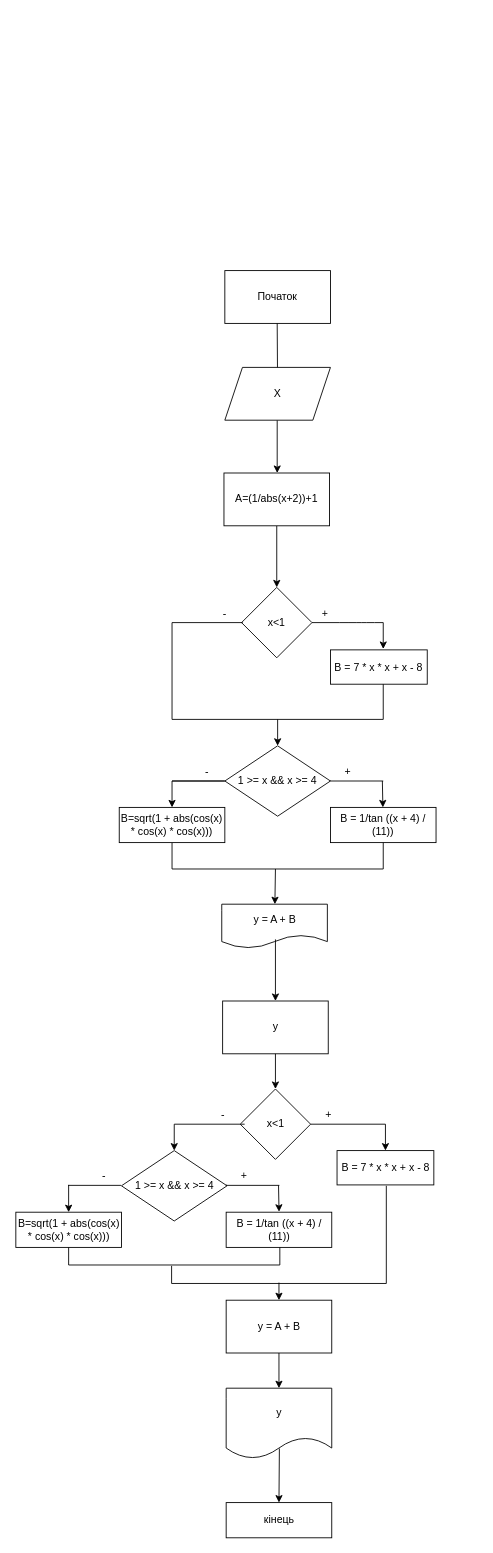
ZhurakovskyiArtem/lab_03 keeps this draw.io diagram as Untitled Diagram.drawio. Above is the earlier version. Source tidied: cells renumbered, new cells numbered last; positions are measured from the earlier drawing's top-left corner, leaving out a move shared by most shapes. Both pictures are drawn from the tidied source at 88%, with x=0, y=0 at pixel (15, 270).
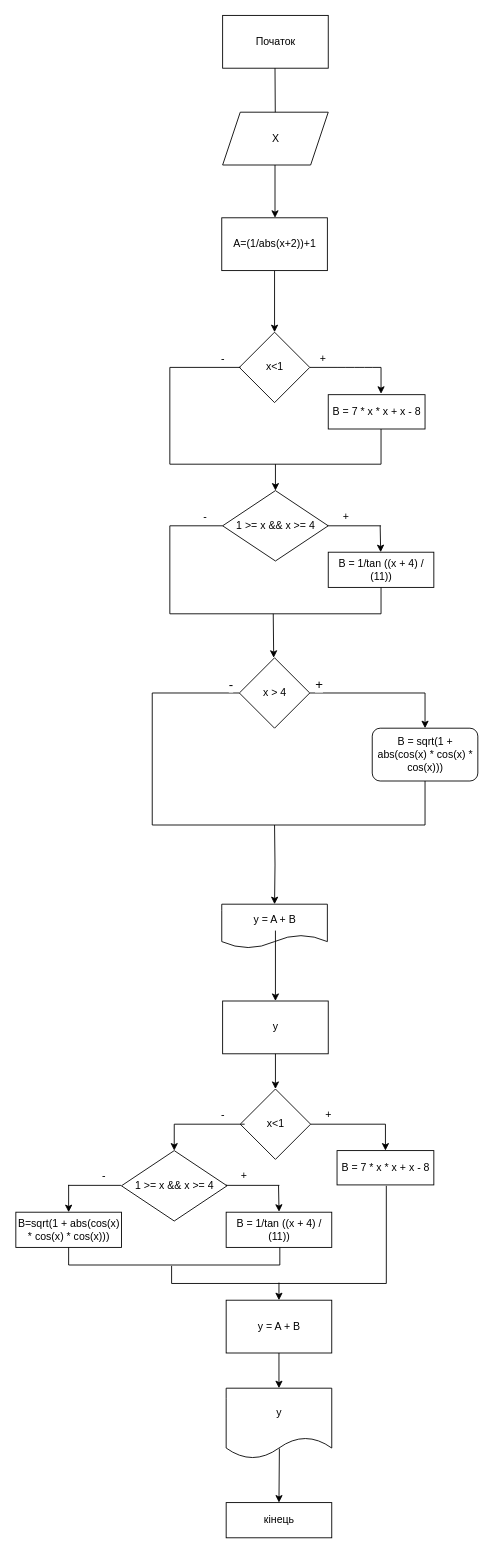
Above is the later version.

Unchanged cells that the change refers to:
```xml
<mxCell id="35" value="y = A + B" style="shape=document;whiteSpace=wrap;html=1;boundedLbl=1;" parent="1" vertex="1">
  <mxGeometry x="234.5" y="720" width="120" height="50" as="geometry" />
</mxCell>
<mxCell id="55" value="y" style="whiteSpace=wrap;html=1;" parent="1" vertex="1">
  <mxGeometry x="235.5" y="830" width="120" height="60" as="geometry" />
</mxCell>
```

The edit, as a diff of the source:
```diff
@@
     <mxCell id="2" value="Початок" style="whiteSpace=wrap;html=1;" parent="1" vertex="1">
-      <mxGeometry x="238" width="120" height="60" as="geometry" />
+      <mxGeometry x="235.5" y="-290" width="120" height="60" as="geometry" />
     </mxCell>
     <mxCell id="3" style="endArrow=classic;html=1;startArrow=none;" parent="1" edge="1" source="7">
       <mxGeometry relative="1" as="geometry">
-        <mxPoint x="298" y="110" as="targetPoint" />
+        <mxPoint x="295.5" y="-180" as="targetPoint" />
       </mxGeometry>
     </mxCell>
@@
     <mxCell id="5" value="A=(1/abs(x+2))+1" style="whiteSpace=wrap;html=1;" parent="1" vertex="1">
-      <mxGeometry x="237" y="230" width="120" height="60" as="geometry" />
+      <mxGeometry x="234.5" y="-60" width="120" height="60" as="geometry" />
     </mxCell>
     <mxCell id="6" style="endArrow=classic;html=1;" parent="1" edge="1">
       <mxGeometry relative="1" as="geometry">
-        <mxPoint x="297.5" y="170" as="sourcePoint" />
-        <mxPoint x="297.5" y="230" as="targetPoint" />
+        <mxPoint x="295" y="-120" as="sourcePoint" />
+        <mxPoint x="295" y="-60" as="targetPoint" />
         <Array as="points">
-          <mxPoint x="297.5" y="170" />
+          <mxPoint x="295" y="-120" />
         </Array>
       </mxGeometry>
     </mxCell>
     <mxCell id="7" value="X" style="shape=parallelogram;perimeter=parallelogramPerimeter;whiteSpace=wrap;html=1;fixedSize=1;" parent="1" vertex="1">
-      <mxGeometry x="238" y="110" width="120" height="60" as="geometry" />
+      <mxGeometry x="235.5" y="-180" width="120" height="60" as="geometry" />
     </mxCell>
     <mxCell id="8" style="endArrow=none;html=1;" parent="1" edge="1" target="7">
       <mxGeometry relative="1" as="geometry">
-        <mxPoint x="297.5" y="60" as="sourcePoint" />
+        <mxPoint x="295" y="-230" as="sourcePoint" />
       </mxGeometry>
     </mxCell>
     <mxCell id="9" value="x&amp;lt;1" style="rhombus;whiteSpace=wrap;html=1;" parent="1" vertex="1">
-      <mxGeometry x="257" y="360" width="80" height="80" as="geometry" />
+      <mxGeometry x="254.5" y="70" width="80" height="80" as="geometry" />
     </mxCell>
     <mxCell id="10" style="endArrow=none;html=1;" parent="1" edge="1">
       <mxGeometry relative="1" as="geometry">
-        <mxPoint x="178" y="510" as="sourcePoint" />
-        <mxPoint x="178" y="400" as="targetPoint" />
+        <mxPoint x="175.5" y="220" as="sourcePoint" />
+        <mxPoint x="175.5" y="110" as="targetPoint" />
       </mxGeometry>
     </mxCell>
     <mxCell id="11" style="endArrow=none;html=1;entryX=0;entryY=0.5;entryDx=0;entryDy=0;startArrow=none;" parent="1" edge="1" target="9">
       <mxGeometry relative="1" as="geometry">
-        <mxPoint x="258" y="400" as="sourcePoint" />
+        <mxPoint x="255.5" y="110" as="sourcePoint" />
       </mxGeometry>
     </mxCell>
     <mxCell id="12" style="endArrow=none;html=1;" parent="1" edge="1">
       <mxGeometry relative="1" as="geometry">
-        <mxPoint x="337" y="400" as="sourcePoint" />
-        <mxPoint x="418" y="400" as="targetPoint" />
+        <mxPoint x="334.5" y="110" as="sourcePoint" />
+        <mxPoint x="415.5" y="110" as="targetPoint" />
         <Array as="points">
-          <mxPoint x="378" y="400" />
-          <mxPoint x="398" y="400" />
-          <mxPoint x="418" y="400" />
+          <mxPoint x="375.5" y="110" />
+          <mxPoint x="395.5" y="110" />
+          <mxPoint x="415.5" y="110" />
         </Array>
       </mxGeometry>
     </mxCell>
     <mxCell id="13" style="endArrow=classic;html=1;" parent="1" edge="1">
       <mxGeometry relative="1" as="geometry">
-        <mxPoint x="418" y="400" as="sourcePoint" />
-        <mxPoint x="418" y="430" as="targetPoint" />
+        <mxPoint x="415.5" y="110" as="sourcePoint" />
+        <mxPoint x="415.5" y="140" as="targetPoint" />
       </mxGeometry>
     </mxCell>
     <mxCell id="14" value="B = 7 * x * x + x - 8" style="whiteSpace=wrap;html=1;" parent="1" vertex="1">
-      <mxGeometry x="358" y="431" width="110" height="39" as="geometry" />
+      <mxGeometry x="355.5" y="141" width="110" height="39" as="geometry" />
     </mxCell>
     <mxCell id="15" style="endArrow=none;html=1;" parent="1" edge="1">
       <mxGeometry relative="1" as="geometry">
-        <mxPoint x="418" y="510" as="sourcePoint" />
-        <mxPoint x="418" y="470" as="targetPoint" />
+        <mxPoint x="415.5" y="220" as="sourcePoint" />
+        <mxPoint x="415.5" y="180" as="targetPoint" />
       </mxGeometry>
     </mxCell>
     <mxCell id="16" style="endArrow=none;html=1;" parent="1" edge="1">
       <mxGeometry relative="1" as="geometry">
-        <mxPoint x="178" y="510" as="sourcePoint" />
-        <mxPoint x="418" y="510" as="targetPoint" />
+        <mxPoint x="175.5" y="220" as="sourcePoint" />
+        <mxPoint x="415.5" y="220" as="targetPoint" />
       </mxGeometry>
     </mxCell>
     <mxCell id="17" style="endArrow=classic;html=1;" parent="1" edge="1">
       <mxGeometry relative="1" as="geometry">
-        <mxPoint x="298" y="510" as="sourcePoint" />
-        <mxPoint x="298" y="540" as="targetPoint" />
+        <mxPoint x="295.5" y="220" as="sourcePoint" />
+        <mxPoint x="295.5" y="250" as="targetPoint" />
       </mxGeometry>
     </mxCell>
-    <mxCell id="18" style="edgeStyle=orthogonalEdgeStyle;rounded=0;jettySize=auto;html=1;exitX=0;exitY=0.5;exitDx=0;exitDy=0;entryX=0.5;entryY=0;entryDx=0;entryDy=0;" parent="1" edge="1" source="19" target="26">
-      <mxGeometry relative="1" as="geometry" />
-    </mxCell>
     <mxCell id="19" value="1 &gt;= x &amp;&amp; x &gt;= 4" style="rhombus;whiteSpace=wrap;html=1;" parent="1" vertex="1">
-      <mxGeometry x="238" y="540" width="120" height="80" as="geometry" />
+      <mxGeometry x="235.5" y="250" width="120" height="80" as="geometry" />
     </mxCell>
     <mxCell id="20" style="endArrow=none;html=1;" parent="1" edge="1">
       <mxGeometry relative="1" as="geometry">
-        <mxPoint x="178" y="580" as="sourcePoint" />
-        <mxPoint x="238" y="580" as="targetPoint" />
+        <mxPoint x="175.5" y="290" as="sourcePoint" />
+        <mxPoint x="235.5" y="290" as="targetPoint" />
       </mxGeometry>
     </mxCell>
     <mxCell id="21" style="endArrow=none;html=1;startArrow=none;exitX=0;exitY=1;exitDx=0;exitDy=0;" parent="1" edge="1" source="31">
       <mxGeometry relative="1" as="geometry">
-        <mxPoint x="418" y="580" as="targetPoint" />
+        <mxPoint x="415.5" y="290" as="targetPoint" />
       </mxGeometry>
     </mxCell>
     <mxCell id="22" style="endArrow=classic;html=1;" parent="1" edge="1" target="23">
       <mxGeometry relative="1" as="geometry">
-        <mxPoint x="417" y="580" as="sourcePoint" />
+        <mxPoint x="414.5" y="290" as="sourcePoint" />
       </mxGeometry>
     </mxCell>
     <mxCell id="23" value="B = 1/tan ((x + 4) / (11))" style="whiteSpace=wrap;html=1;direction=west;" parent="1" vertex="1">
-      <mxGeometry x="358" y="610" width="120" height="40" as="geometry" />
+      <mxGeometry x="355.5" y="320" width="120" height="40" as="geometry" />
     </mxCell>
     <mxCell id="24" style="endArrow=none;html=1;" parent="1" edge="1">
       <mxGeometry relative="1" as="geometry">
-        <mxPoint x="418" y="680" as="sourcePoint" />
-        <mxPoint x="418" y="650" as="targetPoint" />
+        <mxPoint x="415.5" y="390" as="sourcePoint" />
+        <mxPoint x="415.5" y="360" as="targetPoint" />
       </mxGeometry>
     </mxCell>
-    <mxCell id="25" style="endArrow=none;html=1;exitX=0.5;exitY=1;exitDx=0;exitDy=0;rounded=0;" parent="1" edge="1" source="26">
+    <mxCell id="25" style="endArrow=none;html=1;rounded=0;" parent="1" edge="1">
       <mxGeometry relative="1" as="geometry">
-        <mxPoint x="418" y="680" as="targetPoint" />
+        <mxPoint x="175.5" y="290" as="sourcePoint" />
+        <mxPoint x="415.5" y="390" as="targetPoint" />
         <Array as="points">
-          <mxPoint x="178" y="680" />
+          <mxPoint x="175.5" y="390" />
         </Array>
       </mxGeometry>
     </mxCell>
-    <mxCell id="26" value="B=sqrt(1 + abs(cos(x) * cos(x) * cos(x)))" style="whiteSpace=wrap;html=1;" parent="1" vertex="1">
-      <mxGeometry x="118" y="610" width="120" height="40" as="geometry" />
-    </mxCell>
     <mxCell id="27" value="+" style="text;html=1;strokeColor=none;fillColor=none;align=center;verticalAlign=middle;whiteSpace=wrap;" parent="1" vertex="1">
-      <mxGeometry x="332" y="380" width="40" height="20" as="geometry" />
+      <mxGeometry x="329.5" y="90" width="40" height="20" as="geometry" />
     </mxCell>
     <mxCell id="28" style="endArrow=none;html=1;startArrow=none;" parent="1" edge="1" source="29">
       <mxGeometry relative="1" as="geometry">
-        <mxPoint x="257" y="400" as="targetPoint" />
+        <mxPoint x="254.5" y="110" as="targetPoint" />
       </mxGeometry>
     </mxCell>
     <mxCell id="29" value="-" style="text;html=1;strokeColor=none;fillColor=none;align=center;verticalAlign=middle;whiteSpace=wrap;" parent="1" vertex="1">
-      <mxGeometry x="218" y="380" width="40" height="20" as="geometry" />
+      <mxGeometry x="215.5" y="90" width="40" height="20" as="geometry" />
     </mxCell>
     <mxCell id="30" style="endArrow=none;html=1;entryX=1;entryY=1;entryDx=0;entryDy=0;" parent="1" edge="1" target="29">
       <mxGeometry relative="1" as="geometry">
-        <mxPoint x="178" y="400" as="sourcePoint" />
+        <mxPoint x="175.5" y="110" as="sourcePoint" />
       </mxGeometry>
     </mxCell>
     <mxCell id="31" value="+" style="text;html=1;strokeColor=none;fillColor=none;align=center;verticalAlign=middle;whiteSpace=wrap;" parent="1" vertex="1">
-      <mxGeometry x="358" y="560" width="40" height="20" as="geometry" />
+      <mxGeometry x="355.5" y="270" width="40" height="20" as="geometry" />
     </mxCell>
     <mxCell id="32" style="endArrow=none;html=1;" parent="1" edge="1" target="31">
       <mxGeometry relative="1" as="geometry">
-        <mxPoint x="357" y="580" as="sourcePoint" />
+        <mxPoint x="354.5" y="290" as="sourcePoint" />
       </mxGeometry>
     </mxCell>
     <mxCell id="33" value="-" style="text;html=1;strokeColor=none;fillColor=none;align=center;verticalAlign=middle;whiteSpace=wrap;" parent="1" vertex="1">
-      <mxGeometry x="198" y="560" width="40" height="20" as="geometry" />
+      <mxGeometry x="195.5" y="270" width="40" height="20" as="geometry" />
     </mxCell>
-    <mxCell id="34" style="endArrow=classic;html=1;" parent="1" edge="1" target="35">
+    <mxCell id="34" style="endArrow=classic;html=1;" parent="1" edge="1">
       <mxGeometry relative="1" as="geometry">
-        <mxPoint x="295.5" y="680" as="sourcePoint" />
+        <mxPoint x="293" y="390" as="sourcePoint" />
+        <mxPoint x="293.5" y="440" as="targetPoint" />
       </mxGeometry>
     </mxCell>
@@
     <mxCell id="57" style="endArrow=classic;html=1;entryX=0.5;entryY=0;entryDx=0;entryDy=0;" parent="1" edge="1" target="55">
       <mxGeometry relative="1" as="geometry">
-        <mxPoint x="295.5" y="760" as="sourcePoint" />
+        <mxPoint x="295.5" y="750" as="sourcePoint" />
       </mxGeometry>
     </mxCell>
@@
+    <mxCell id="66" value="+" style="edgeStyle=orthogonalEdgeStyle;rounded=0;jettySize=auto;html=1;exitX=1;exitY=0.5;exitDx=0;exitDy=0;entryX=0.5;entryY=0;entryDx=0;entryDy=0;fontSize=15;" parent="1" edge="1" source="67" target="68">
+      <mxGeometry x="-0.87" y="10" relative="1" as="geometry">
+        <mxPoint x="-1" as="offset" />
+      </mxGeometry>
+    </mxCell>
+    <mxCell id="67" value="x &gt; 4" style="rhombus;whiteSpace=wrap;html=1;" parent="1" vertex="1">
+      <mxGeometry x="254.5" y="440" width="80" height="80" as="geometry" />
+    </mxCell>
+    <mxCell id="68" value="B = sqrt(1 + abs(cos(x) * cos(x) * cos(x)))" style="rounded=1;whiteSpace=wrap;html=1;" parent="1" vertex="1">
+      <mxGeometry x="405.5" y="520" width="120" height="60" as="geometry" />
+    </mxCell>
+    <mxCell id="69" value="-" style="endArrow=none;html=1;rounded=0;edgeStyle=orthogonalEdgeStyle;exitX=0;exitY=0.5;exitDx=0;exitDy=0;fontSize=15;" parent="1" edge="1" source="67">
+      <mxGeometry x="-0.97" y="-10" relative="1" as="geometry">
+        <mxPoint x="465.5" y="580" as="targetPoint" />
+        <Array as="points">
+          <mxPoint x="155.5" y="480" />
+          <mxPoint x="155.5" y="630" />
+          <mxPoint x="465.5" y="630" />
+        </Array>
+        <mxPoint x="-1" as="offset" />
+      </mxGeometry>
+    </mxCell>
+    <mxCell id="70" style="endArrow=classic;html=1;rounded=0;edgeStyle=orthogonalEdgeStyle;entryX=0.5;entryY=0;entryDx=0;entryDy=0;" parent="1" edge="1" target="35">
+      <mxGeometry relative="1" as="geometry">
+        <mxPoint x="294.5" y="630" as="sourcePoint" />
+      </mxGeometry>
+    </mxCell>
```
